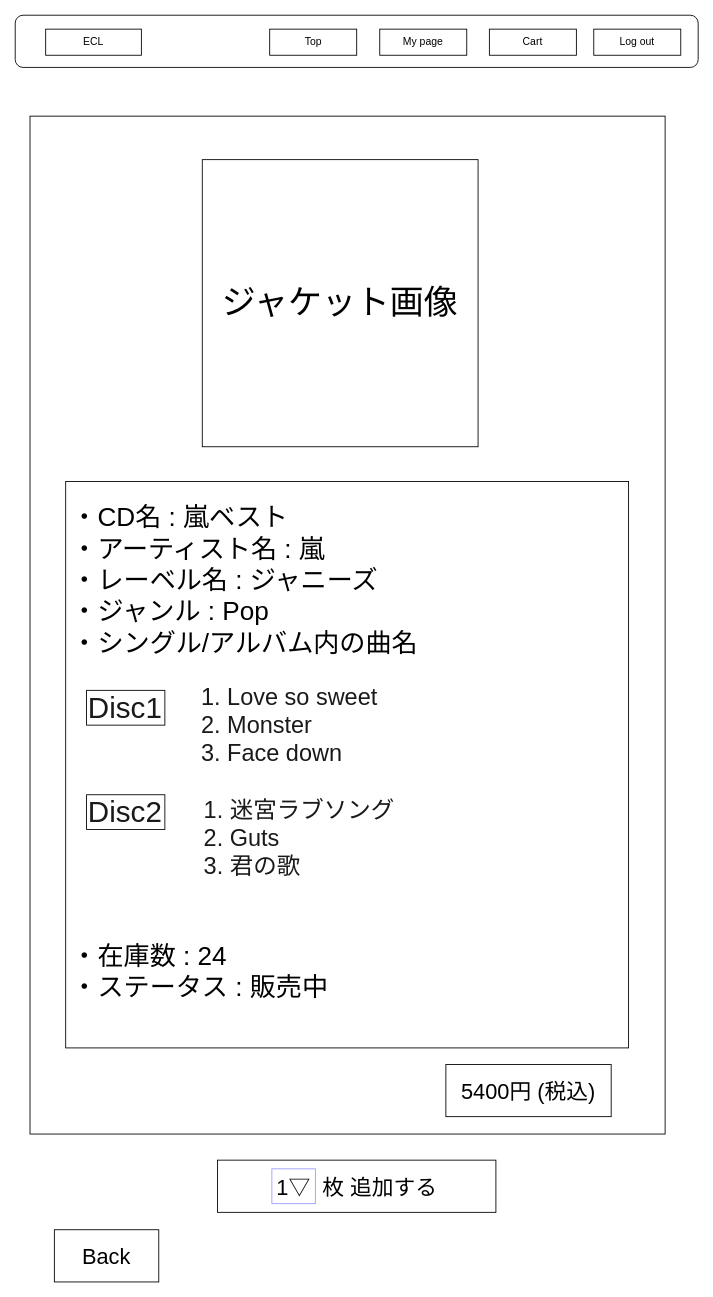
The draw.io diagram ワイヤーフレーム/user/user_item_detail.drawio in ecl11/ECL, before the edit. Source tidied: cells renumbered, new cells numbered last; positions are measured from the earlier drawing's top-left corner, leaving out a move shared by most shapes. Both pictures are drawn from the tidied source at 87%, with x=0, y=0 at pixel (15, 15).
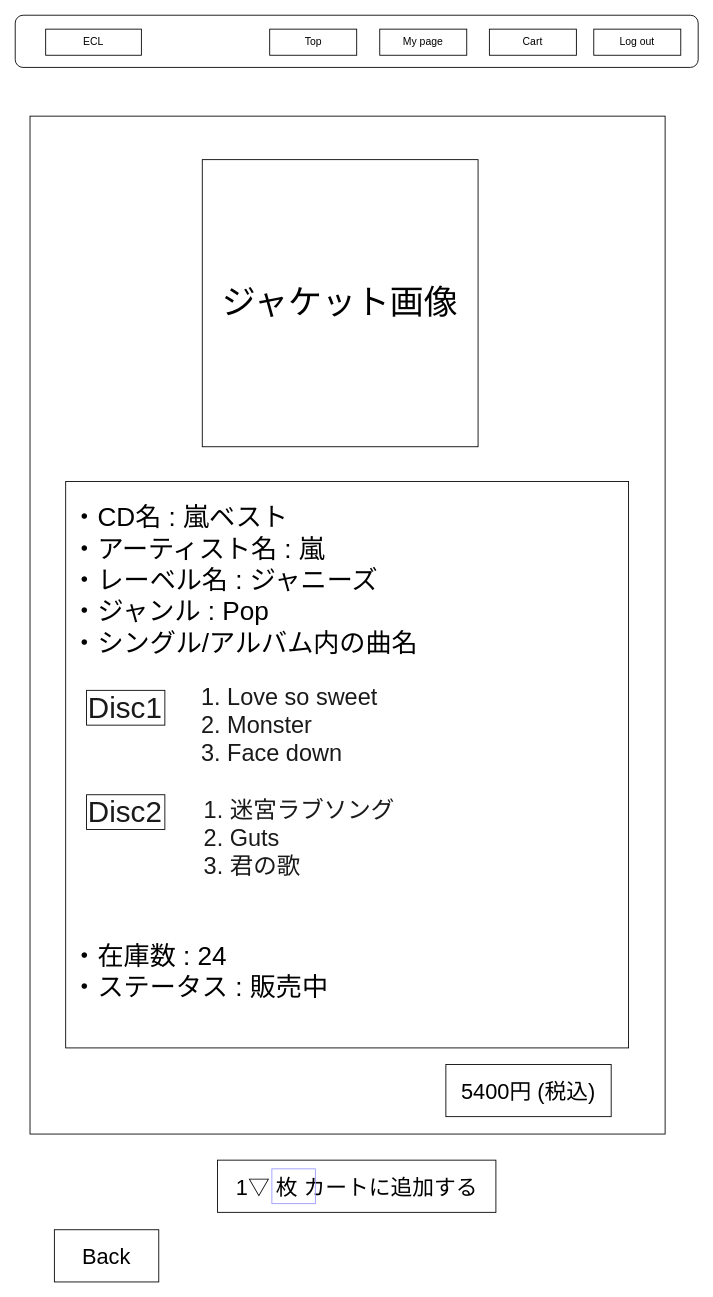
The same page after the edit.

Diff of the diagram source:
```diff
@@
 <mxGraphModel>
   <root>
     <mxCell id="0" />
     <mxCell id="1" parent="0" />
     <mxCell id="2" style="rounded=0;whiteSpace=wrap;html=1;" parent="1" vertex="1">
       <mxGeometry x="17" y="116" width="730" height="1170" as="geometry" />
     </mxCell>
     <mxCell id="3" value="&lt;font style=&quot;font-size: 39px&quot;&gt;ジャケット画像&lt;/font&gt;" style="rounded=0;whiteSpace=wrap;html=1;" parent="1" vertex="1">
       <mxGeometry x="215" y="166" width="317" height="330" as="geometry" />
     </mxCell>
-    <mxCell id="4" value="&lt;span style=&quot;font-size: 25px&quot;&gt;1▽&amp;nbsp; 枚 追加する&lt;/span&gt;" style="rounded=0;whiteSpace=wrap;html=1;" parent="1" vertex="1">
+    <mxCell id="4" value="&lt;span style=&quot;font-size: 25px&quot;&gt;1▽ 枚 カートに追加する&lt;/span&gt;" style="rounded=0;whiteSpace=wrap;html=1;" parent="1" vertex="1">
       <mxGeometry x="232.5" y="1316" width="320" height="60" as="geometry" />
     </mxCell>
     <mxCell id="5" style="rounded=1;whiteSpace=wrap;html=1;" parent="1" vertex="1">
       <mxGeometry width="785" height="60" as="geometry" />
     </mxCell>
     <mxCell id="6" value="ECL" style="rounded=0;whiteSpace=wrap;html=1;" parent="1" vertex="1">
       <mxGeometry x="35" y="16" width="110" height="30" as="geometry" />
     </mxCell>
     <mxCell id="7" value="Top" style="rounded=0;whiteSpace=wrap;html=1;" parent="1" vertex="1">
       <mxGeometry x="292.5" y="16" width="100" height="30" as="geometry" />
     </mxCell>
     <mxCell id="8" value="Cart" style="rounded=0;whiteSpace=wrap;html=1;" parent="1" vertex="1">
       <mxGeometry x="545" y="16" width="100" height="30" as="geometry" />
     </mxCell>
     <mxCell id="9" value="Log out" style="rounded=0;whiteSpace=wrap;html=1;" parent="1" vertex="1">
       <mxGeometry x="665" y="16" width="100" height="30" as="geometry" />
     </mxCell>
     <mxCell id="10" value="My page" style="rounded=0;whiteSpace=wrap;html=1;" parent="1" vertex="1">
       <mxGeometry x="419" y="16" width="100" height="30" as="geometry" />
     </mxCell>
     <mxCell id="11" value="&lt;font style=&quot;font-size: 25px&quot;&gt;Back&lt;/font&gt;" style="rounded=0;whiteSpace=wrap;html=1;" parent="1" vertex="1">
       <mxGeometry x="45" y="1396" width="120" height="60" as="geometry" />
     </mxCell>
     <mxCell id="12" value="&lt;p style=&quot;line-height: 160%&quot;&gt;&lt;/p&gt;&lt;div style=&quot;text-align: left ; font-size: 30px&quot;&gt;&lt;span&gt;&lt;font style=&quot;font-size: 30px&quot;&gt;・CD名 : 嵐ベスト&amp;nbsp;&lt;/font&gt;&lt;/span&gt;&lt;/div&gt;&lt;div style=&quot;text-align: left ; font-size: 30px&quot;&gt;&lt;span&gt;&lt;font style=&quot;font-size: 30px&quot;&gt;・アーティスト名 : 嵐&lt;/font&gt;&lt;/span&gt;&lt;/div&gt;&lt;div style=&quot;text-align: left ; font-size: 30px&quot;&gt;&lt;span&gt;&lt;font style=&quot;font-size: 30px&quot;&gt;・レーベル名 : ジャニーズ&lt;/font&gt;&lt;/span&gt;&lt;/div&gt;&lt;div style=&quot;text-align: left ; font-size: 30px&quot;&gt;&lt;span&gt;&lt;font style=&quot;font-size: 30px&quot;&gt;・ジャンル : Pop&lt;/font&gt;&lt;/span&gt;&lt;/div&gt;&lt;div style=&quot;text-align: left ; font-size: 30px&quot;&gt;&lt;span&gt;&lt;font style=&quot;font-size: 30px&quot;&gt;・シングル/アルバム内の曲名&lt;/font&gt;&lt;/span&gt;&lt;/div&gt;&lt;div style=&quot;text-align: left ; font-size: 30px&quot;&gt;&lt;span&gt;&lt;font style=&quot;font-size: 30px&quot;&gt;　&lt;/font&gt;&lt;/span&gt;&lt;/div&gt;&lt;div style=&quot;text-align: left ; font-size: 30px&quot;&gt;&lt;br&gt;&lt;/div&gt;&lt;div style=&quot;text-align: left ; font-size: 30px&quot;&gt;&lt;span&gt;&lt;font style=&quot;font-size: 30px&quot;&gt;&lt;br&gt;&lt;/font&gt;&lt;/span&gt;&lt;/div&gt;&lt;div style=&quot;text-align: left ; font-size: 30px&quot;&gt;&lt;span&gt;&lt;font style=&quot;font-size: 30px&quot;&gt;&lt;br&gt;&lt;/font&gt;&lt;/span&gt;&lt;/div&gt;&lt;div style=&quot;text-align: left ; font-size: 30px&quot;&gt;&lt;span&gt;&lt;font style=&quot;font-size: 30px&quot;&gt;&lt;br&gt;&lt;/font&gt;&lt;/span&gt;&lt;/div&gt;&lt;div style=&quot;text-align: left ; font-size: 30px&quot;&gt;&lt;span&gt;&lt;font style=&quot;font-size: 30px&quot;&gt;&amp;nbsp; &amp;nbsp;&amp;nbsp;&lt;/font&gt;&lt;/span&gt;&lt;/div&gt;&lt;div style=&quot;text-align: left ; font-size: 30px&quot;&gt;&lt;span&gt;&lt;font style=&quot;font-size: 30px&quot;&gt;&lt;br&gt;&lt;/font&gt;&lt;/span&gt;&lt;/div&gt;&lt;div style=&quot;text-align: left ; font-size: 30px&quot;&gt;&lt;span&gt;&lt;font style=&quot;font-size: 30px&quot;&gt;&lt;br&gt;&lt;/font&gt;&lt;/span&gt;&lt;/div&gt;&lt;div style=&quot;text-align: left ; font-size: 30px&quot;&gt;&lt;br&gt;&lt;/div&gt;&lt;div style=&quot;text-align: left ; font-size: 30px&quot;&gt;&lt;span&gt;&lt;font style=&quot;font-size: 30px&quot;&gt;・在庫数 : 24&lt;/font&gt;&lt;/span&gt;&lt;/div&gt;&lt;div style=&quot;text-align: left ; font-size: 30px&quot;&gt;&lt;span&gt;&lt;font style=&quot;font-size: 30px&quot;&gt;・ステータス : 販売中&lt;/font&gt;&lt;/span&gt;&lt;/div&gt;&lt;p&gt;&lt;/p&gt;" style="rounded=0;whiteSpace=wrap;html=1;align=left;verticalAlign=top;spacing=7;" parent="1" vertex="1">
       <mxGeometry x="58" y="536" width="647" height="651" as="geometry" />
     </mxCell>
     <mxCell id="13" value="&lt;span style=&quot;font-size: 25px&quot;&gt;5400円 (税込)&lt;/span&gt;" style="rounded=0;whiteSpace=wrap;html=1;" parent="1" vertex="1">
       <mxGeometry x="495" y="1206" width="190" height="60" as="geometry" />
     </mxCell>
     <mxCell id="14" value="Disc1" style="rounded=0;whiteSpace=wrap;html=1;fillColor=none;fontSize=34;fontColor=#1A1A1A;align=left;" parent="1" vertex="1">
       <mxGeometry x="82" y="776" width="90" height="40" as="geometry" />
     </mxCell>
     <mxCell id="15" value="1. Love so sweet&lt;br style=&quot;font-size: 27px;&quot;&gt;2. Monster&lt;br style=&quot;font-size: 27px;&quot;&gt;3. Face down&lt;br style=&quot;font-size: 27px;&quot;&gt;" style="rounded=1;whiteSpace=wrap;html=1;fillColor=none;fontSize=27;fontColor=#1A1A1A;align=left;strokeColor=none;" parent="1" vertex="1">
       <mxGeometry x="212" y="786" width="393" height="60" as="geometry" />
     </mxCell>
     <mxCell id="16" value="Disc2" style="rounded=0;whiteSpace=wrap;html=1;fillColor=none;fontSize=34;fontColor=#1A1A1A;align=left;" parent="1" vertex="1">
       <mxGeometry x="82" y="896" width="90" height="40" as="geometry" />
     </mxCell>
     <mxCell id="17" value="1. 迷宮ラブソング&lt;br style=&quot;font-size: 27px&quot;&gt;2. Guts&lt;br style=&quot;font-size: 27px&quot;&gt;3. 君の歌&lt;br style=&quot;font-size: 27px&quot;&gt;" style="rounded=1;whiteSpace=wrap;html=1;fillColor=none;fontSize=27;fontColor=#1A1A1A;align=left;strokeColor=none;" parent="1" vertex="1">
       <mxGeometry x="215" y="916" width="393" height="60" as="geometry" />
     </mxCell>
     <mxCell id="18" style="rounded=0;whiteSpace=wrap;html=1;fillColor=none;fontSize=27;fontColor=#1A1A1A;align=left;strokeColor=#9999FF;" parent="1" vertex="1">
       <mxGeometry x="295" y="1326" width="50" height="40" as="geometry" />
     </mxCell>
   </root>
 </mxGraphModel>
```
